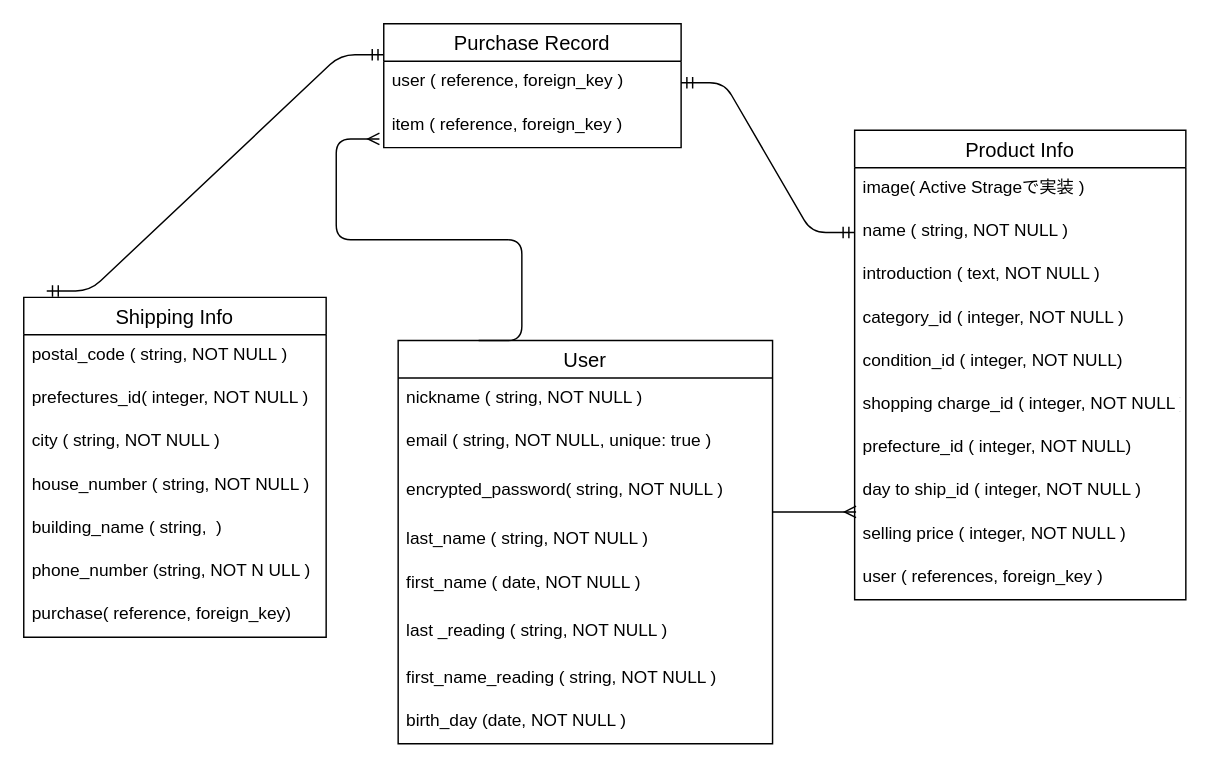
Earlier version of the draw.io diagram app/views/furima.dio (miyazakisayaka7/furima-35258). Source tidied: cells renumbered, new cells numbered last; positions are measured from the earlier drawing's top-left corner, leaving out a move shared by most shapes. Both pictures are drawn from the tidied source at 144%, with x=0, y=0 at pixel (23, 23).
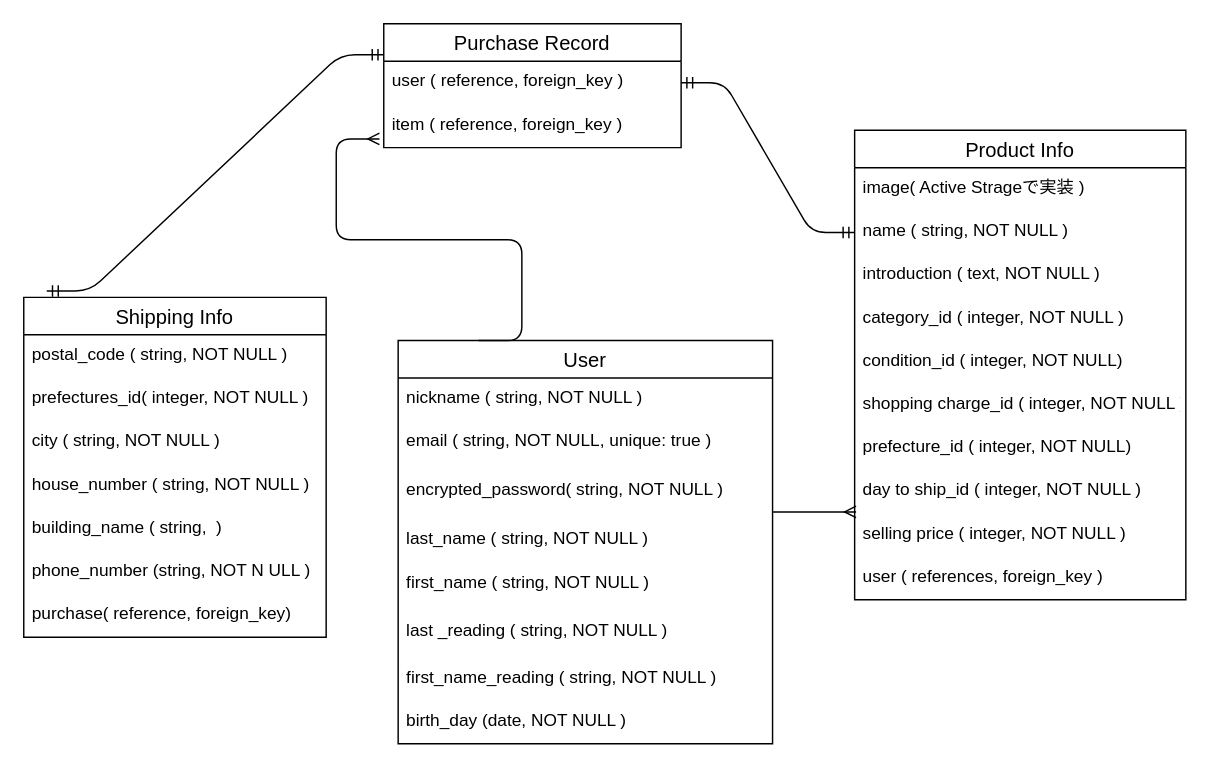
Above is the later version.

Unchanged cells that the change refers to:
```xml
<mxCell id="24" value="User" style="swimlane;fontStyle=0;horizontal=1;startSize=26;align=center;fontSize=14;rounded=0;sketch=0;" parent="1" vertex="1">
  <mxGeometry x="260" y="220" width="260" height="280" as="geometry" />
</mxCell>
```

Diff of the diagram source:
```diff
@@
-    <mxCell id="29" value="first_name ( date, NOT NULL )" style="text;strokeColor=none;fillColor=none;spacingLeft=4;spacingRight=4;overflow=hidden;fontSize=12;" parent="24" vertex="1">
+    <mxCell id="29" value="first_name ( string, NOT NULL )" style="text;strokeColor=none;fillColor=none;spacingLeft=4;spacingRight=4;overflow=hidden;fontSize=12;" parent="24" vertex="1">
       <mxGeometry y="154" width="260" height="34" as="geometry" />
     </mxCell>
```
